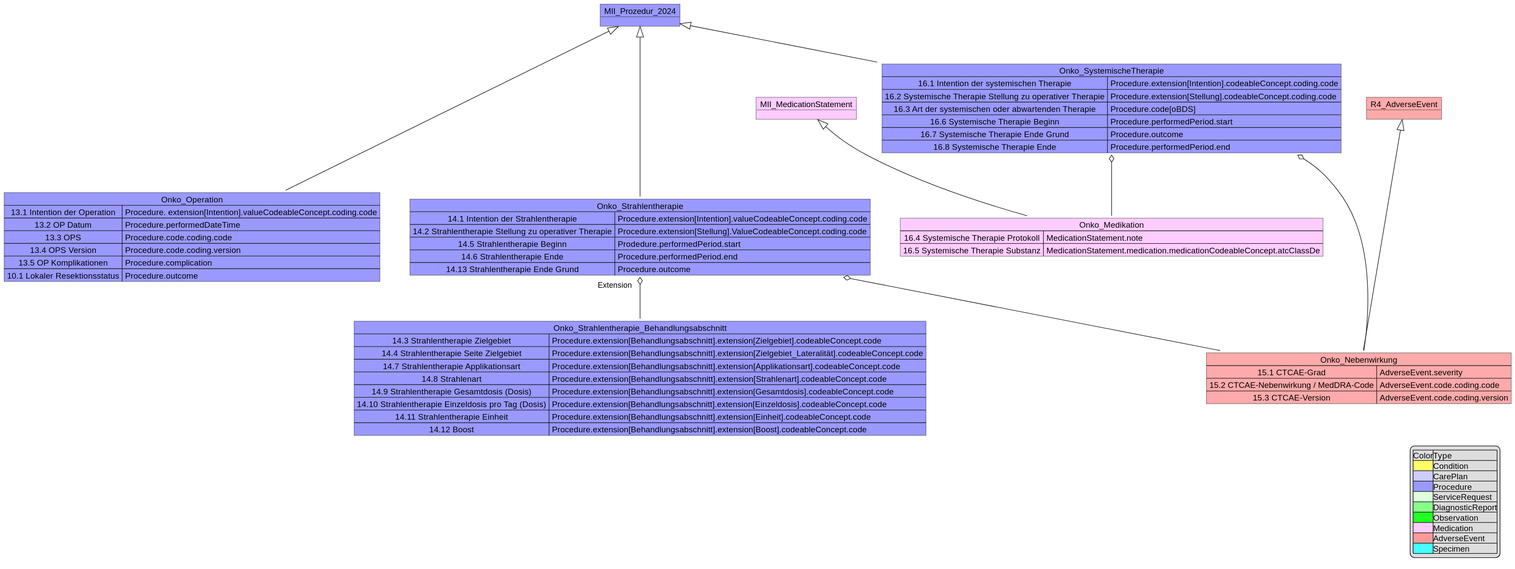
Before: implementation-guides/ImplementationGuide-2024.x-DE/Images/MII_Onko_13-16_Prozeduren.svg, a diagram exported from PlantUML (medizininformatik-initiative/kerndatensatzmodul-onkologie). Its diagram source:
```plantuml
@startuml
object MII_Prozedur_2024 #9999FF
Map Onko_Operation #9999FF{
13.1 Intention der Operation => Procedure. extension[Intention].valueCodeableConcept.coding.code
13.2 OP Datum => Procedure.performedDateTime
13.3 OPS => Procedure.code.coding.code
13.4 OPS Version => Procedure.code.coding.version
13.5 OP Komplikationen => Procedure.complication
10.1 Lokaler Resektionsstatus => Procedure.outcome
}
Map Onko_Strahlentherapie #9999FF{
14.1 Intention der Strahlentherapie => Procedure.extension[Intention].valueCodeableConcept.coding.code
14.2 Strahlentherapie Stellung zu operativer Therapie => Procedure.extension[Stellung].ValueCodeableConcept.coding.code

14.5 Strahlentherapie Beginn => Prodedure.performedPeriod.start
14.6 Strahlentherapie Ende =>Procedure.performedPeriod.end
14.13 Strahlentherapie Ende Grund => Procedure.outcome
}

Map Onko_Strahlentherapie_Behandlungsabschnitt #9999FF{
14.3 Strahlentherapie Zielgebiet => Procedure.extension[Behandlungsabschnitt].extension[Zielgebiet].codeableConcept.code
14.4 Strahlentherapie Seite Zielgebiet => Procedure.extension[Behandlungsabschnitt].extension[Zielgebiet_Lateralität].codeableConcept.code
14.7 Strahlentherapie Applikationsart => Procedure.extension[Behandlungsabschnitt].extension[Applikationsart].codeableConcept.code
14.8 Strahlenart => Procedure.extension[Behandlungsabschnitt].extension[Strahlenart].codeableConcept.code
14.9 Strahlentherapie Gesamtdosis (Dosis) => Procedure.extension[Behandlungsabschnitt].extension[Gesamtdosis].codeableConcept.code
14.10 Strahlentherapie Einzeldosis pro Tag (Dosis) =>Procedure.extension[Behandlungsabschnitt].extension[Einzeldosis].codeableConcept.code
14.11 Strahlentherapie Einheit =>Procedure.extension[Behandlungsabschnitt].extension[Einheit].codeableConcept.code
14.12 Boost=>Procedure.extension[Behandlungsabschnitt].extension[Boost].codeableConcept.code
}

Onko_Strahlentherapie "Extension   " o-- Onko_Strahlentherapie_Behandlungsabschnitt

Map Onko_SystemischeTherapie #9999FF{
16.1 Intention der systemischen Therapie => Procedure.extension[Intention].codeableConcept.coding.code
16.2 Systemische Therapie Stellung zu operativer Therapie => Procedure.extension[Stellung].codeableConcept.coding.code
16.3 Art der systemischen oder abwartenden Therapie => Procedure.code[oBDS]
16.6 Systemische Therapie Beginn => Procedure.performedPeriod.start

16.7 Systemische Therapie Ende Grund => Procedure.outcome

16.8 Systemische Therapie Ende => Procedure.performedPeriod.end
}

Map Onko_Medikation #FFCCFF{

16.4 Systemische Therapie Protokoll => MedicationStatement.note

16.5 Systemische Therapie Substanz => MedicationStatement.medication.medicationCodeableConcept.atcClassDe

}
object MII_MedicationStatement #FFCCFF
MII_MedicationStatement <|-- Onko_Medikation
Onko_SystemischeTherapie o-- Onko_Medikation

MII_Prozedur_2024 <|--- Onko_Operation
MII_Prozedur_2024 <|--- Onko_Strahlentherapie
MII_Prozedur_2024 <|-- Onko_SystemischeTherapie

object R4_AdverseEvent #FFAAAA

Map Onko_Nebenwirkung #FFAAAA{
    15.1 CTCAE-Grad => AdverseEvent.severity
    15.2 CTCAE-Nebenwirkung / MedDRA-Code => AdverseEvent.code.coding.code
    15.3 CTCAE-Version => AdverseEvent.code.coding.version
}
R4_AdverseEvent <|--- Onko_Nebenwirkung


Onko_Strahlentherapie o-- Onko_Nebenwirkung
Onko_SystemischeTherapie o-- Onko_Nebenwirkung

legend right
|Color|Type|
|<#FFFF66>|Condition|
|<#CCCCFF>|CarePlan|
|<#9999FF>|Procedure|
|<#DDFFDD>|ServiceRequest|
|<#88FF88>|DiagnosticReport|
|<#22FF22>|Observation|
|<#FFCCFF>|Medication|
|<#FF9999>|AdverseEvent|
|<#44FFFF>|Specimen|
endlegend
@enduml
```
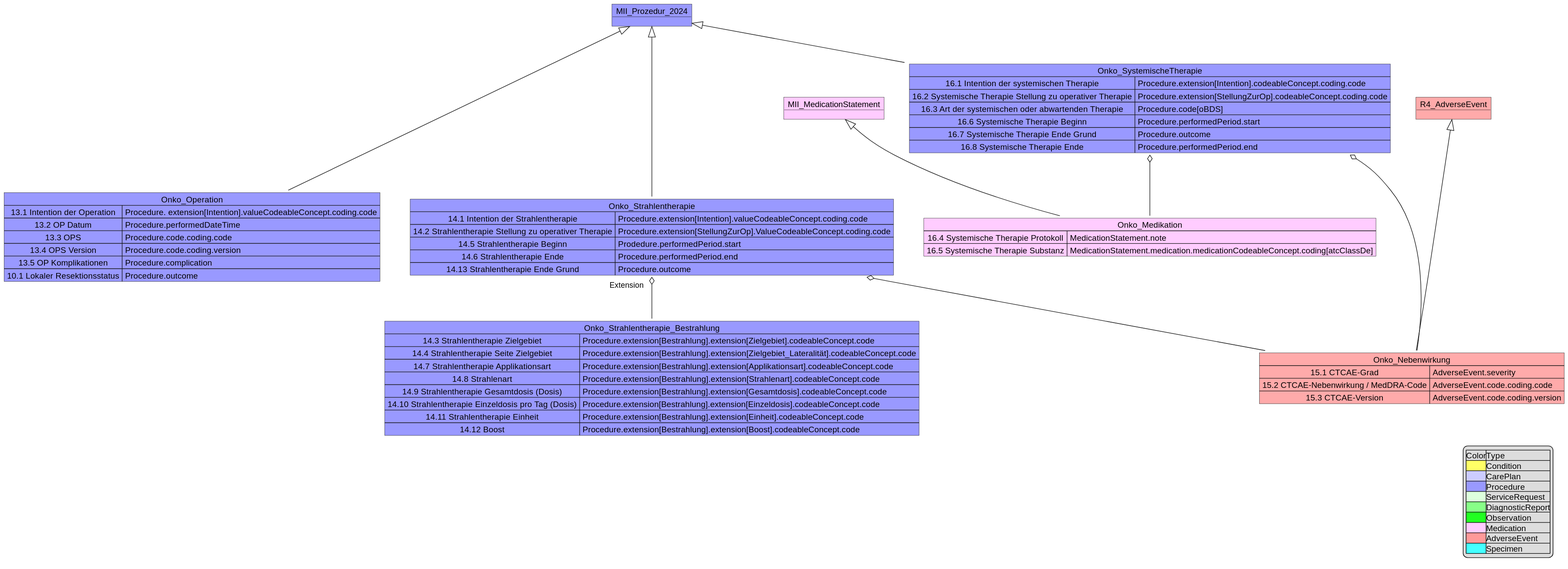
Above is the later version.

Change to the diagram source:
```diff
@@ -10,29 +10,29 @@
 }
 Map Onko_Strahlentherapie #9999FF{
 14.1 Intention der Strahlentherapie => Procedure.extension[Intention].valueCodeableConcept.coding.code
-14.2 Strahlentherapie Stellung zu operativer Therapie => Procedure.extension[Stellung].ValueCodeableConcept.coding.code
+14.2 Strahlentherapie Stellung zu operativer Therapie => Procedure.extension[StellungZurOp].ValueCodeableConcept.coding.code
 
 14.5 Strahlentherapie Beginn => Prodedure.performedPeriod.start
 14.6 Strahlentherapie Ende =>Procedure.performedPeriod.end
 14.13 Strahlentherapie Ende Grund => Procedure.outcome
 }
 
-Map Onko_Strahlentherapie_Behandlungsabschnitt #9999FF{
-14.3 Strahlentherapie Zielgebiet => Procedure.extension[Behandlungsabschnitt].extension[Zielgebiet].codeableConcept.code
-14.4 Strahlentherapie Seite Zielgebiet => Procedure.extension[Behandlungsabschnitt].extension[Zielgebiet_Lateralität].codeableConcept.code
-14.7 Strahlentherapie Applikationsart => Procedure.extension[Behandlungsabschnitt].extension[Applikationsart].codeableConcept.code
-14.8 Strahlenart => Procedure.extension[Behandlungsabschnitt].extension[Strahlenart].codeableConcept.code
-14.9 Strahlentherapie Gesamtdosis (Dosis) => Procedure.extension[Behandlungsabschnitt].extension[Gesamtdosis].codeableConcept.code
-14.10 Strahlentherapie Einzeldosis pro Tag (Dosis) =>Procedure.extension[Behandlungsabschnitt].extension[Einzeldosis].codeableConcept.code
-14.11 Strahlentherapie Einheit =>Procedure.extension[Behandlungsabschnitt].extension[Einheit].codeableConcept.code
-14.12 Boost=>Procedure.extension[Behandlungsabschnitt].extension[Boost].codeableConcept.code
+Map Onko_Strahlentherapie_Bestrahlung #9999FF{
+14.3 Strahlentherapie Zielgebiet => Procedure.extension[Bestrahlung].extension[Zielgebiet].codeableConcept.code
+14.4 Strahlentherapie Seite Zielgebiet => Procedure.extension[Bestrahlung].extension[Zielgebiet_Lateralität].codeableConcept.code
+14.7 Strahlentherapie Applikationsart => Procedure.extension[Bestrahlung].extension[Applikationsart].codeableConcept.code
+14.8 Strahlenart => Procedure.extension[Bestrahlung].extension[Strahlenart].codeableConcept.code
+14.9 Strahlentherapie Gesamtdosis (Dosis) => Procedure.extension[Bestrahlung].extension[Gesamtdosis].codeableConcept.code
+14.10 Strahlentherapie Einzeldosis pro Tag (Dosis) =>Procedure.extension[Bestrahlung].extension[Einzeldosis].codeableConcept.code
+14.11 Strahlentherapie Einheit =>Procedure.extension[Bestrahlung].extension[Einheit].codeableConcept.code
+14.12 Boost=>Procedure.extension[Bestrahlung].extension[Boost].codeableConcept.code
 }
 
-Onko_Strahlentherapie "Extension   " o-- Onko_Strahlentherapie_Behandlungsabschnitt
+Onko_Strahlentherapie "Extension   " o-- Onko_Strahlentherapie_Bestrahlung
 
 Map Onko_SystemischeTherapie #9999FF{
 16.1 Intention der systemischen Therapie => Procedure.extension[Intention].codeableConcept.coding.code
-16.2 Systemische Therapie Stellung zu operativer Therapie => Procedure.extension[Stellung].codeableConcept.coding.code
+16.2 Systemische Therapie Stellung zu operativer Therapie => Procedure.extension[StellungZurOp].codeableConcept.coding.code
 16.3 Art der systemischen oder abwartenden Therapie => Procedure.code[oBDS]
 16.6 Systemische Therapie Beginn => Procedure.performedPeriod.start
 
@@ -45,9 +45,9 @@
 
 16.4 Systemische Therapie Protokoll => MedicationStatement.note
 
-16.5 Systemische Therapie Substanz => MedicationStatement.medication.medicationCodeableConcept.atcClassDe
+16.5 Systemische Therapie Substanz => MedicationStatement.medication.medicationCodeableConcept.coding[atcClassDe]
+}
 
-}
 object MII_MedicationStatement #FFCCFF
 MII_MedicationStatement <|-- Onko_Medikation
 Onko_SystemischeTherapie o-- Onko_Medikation
```
